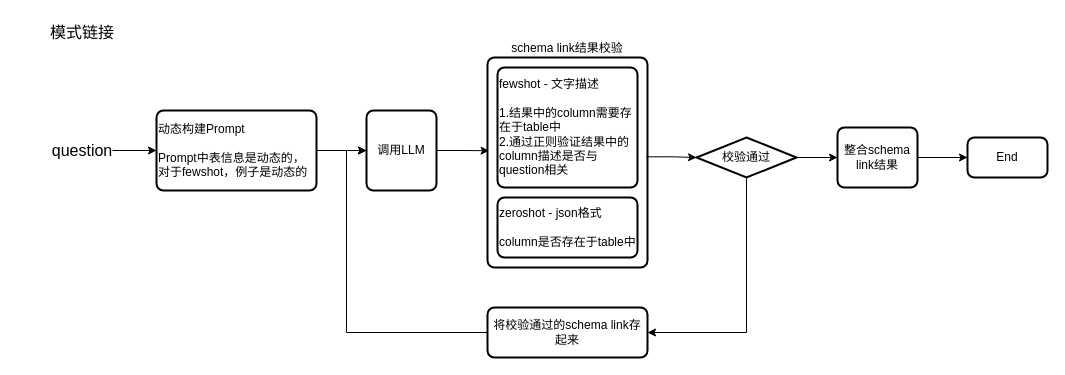
The draw.io diagram page "schema link" (3 of 12) of NL2SQL_LLM.drawio in CindyZX/drawio_figures, before the edit. Source tidied: cells renumbered, new cells numbered last; positions are measured from the earlier drawing's top-left corner, leaving out a move shared by most shapes. Both pictures are drawn from the tidied source at 100%, with x=0, y=0 at pixel (17, 17).
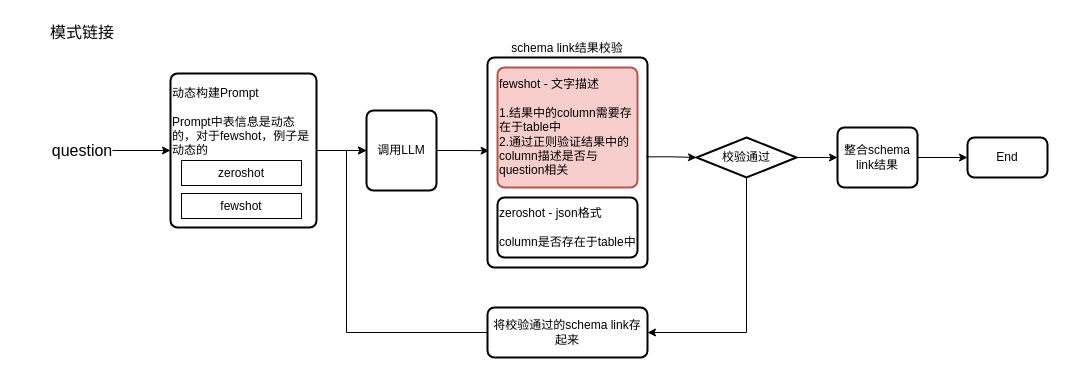
After the change.

Unchanged cells that the change refers to:
```xml
<mxCell id="8" style="group;" parent="1" vertex="1">
  <mxGeometry x="470" y="40" width="160" height="210" as="geometry" />
</mxCell>
```

Diff of the diagram source:
```diff
@@
-    <mxCell id="6" value="动态构建Prompt&lt;br&gt;&lt;br&gt;&lt;div style=&quot;&quot;&gt;Prompt中表信息是动态的，对于fewshot，例子是动态的&lt;/div&gt;" style="rounded=1;whiteSpace=wrap;html=1;absoluteArcSize=1;arcSize=14;strokeWidth=2;align=left;" parent="1" vertex="1">
-      <mxGeometry x="139" y="93" width="160" height="80" as="geometry" />
+    <mxCell id="6" value="动态构建Prompt&lt;br&gt;&lt;br&gt;&lt;div style=&quot;&quot;&gt;Prompt中表信息是动态的，对于fewshot，例子是动态的&lt;/div&gt;&lt;div style=&quot;&quot;&gt;&lt;br&gt;&lt;/div&gt;&lt;div style=&quot;&quot;&gt;&lt;br&gt;&lt;/div&gt;&lt;div style=&quot;&quot;&gt;&lt;br&gt;&lt;/div&gt;&lt;div style=&quot;&quot;&gt;&lt;br&gt;&lt;/div&gt;" style="rounded=1;whiteSpace=wrap;html=1;absoluteArcSize=1;arcSize=14;strokeWidth=2;align=left;" parent="1" vertex="1">
+      <mxGeometry x="153" y="56" width="146" height="154" as="geometry" />
     </mxCell>
@@
-    <mxCell id="10" value="fewshot - 文字描述&lt;br&gt;&lt;br&gt;1.结果中的column需要存在于table中&lt;br&gt;2.通过正则验证结果中的column描述是否与question相关" style="rounded=1;whiteSpace=wrap;html=1;absoluteArcSize=1;arcSize=14;strokeWidth=2;align=left;" parent="8" vertex="1">
+    <mxCell id="10" value="fewshot - 文字描述&lt;br&gt;&lt;br&gt;1.结果中的column需要存在于table中&lt;br&gt;2.通过正则验证结果中的column描述是否与question相关" style="rounded=1;whiteSpace=wrap;html=1;absoluteArcSize=1;arcSize=14;strokeWidth=2;align=left;fillColor=#f8cecc;strokeColor=#b85450;" parent="8" vertex="1">
       <mxGeometry x="10" y="10" width="140" height="120" as="geometry" />
     </mxCell>
@@
+    <mxCell id="22" value="zeroshot" style="rounded=0;whiteSpace=wrap;html=1;" parent="1" vertex="1">
+      <mxGeometry x="164" y="143" width="120" height="25" as="geometry" />
+    </mxCell>
+    <mxCell id="23" value="fewshot" style="rounded=0;whiteSpace=wrap;html=1;" parent="1" vertex="1">
+      <mxGeometry x="164" y="176" width="120" height="25" as="geometry" />
+    </mxCell>
```
